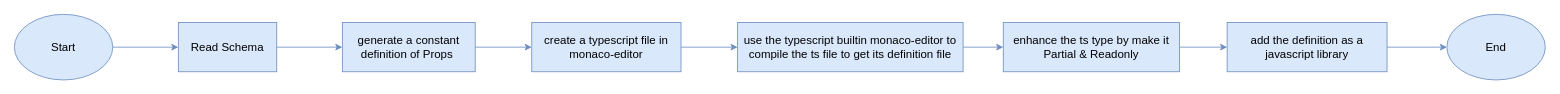
This is monaco-editor-code-intellisense.drawio from Zsynuting/diagram, a draw.io file, before an edit. Source tidied: cells renumbered, new cells numbered last; positions are measured from the earlier drawing's top-left corner, leaving out a move shared by most shapes. Both pictures are drawn from the tidied source at 82%, with x=0, y=0 at pixel (14, 14).
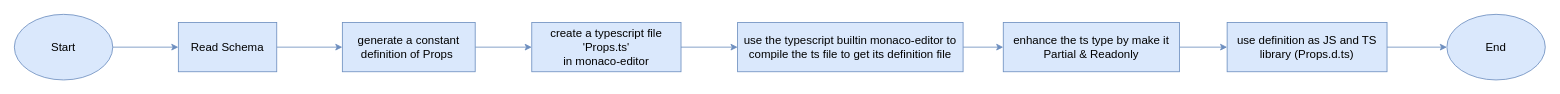
The same page after the edit.

Change to the diagram source:
```diff
@@
 <mxGraphModel>
   <root>
     <mxCell id="0" />
     <mxCell id="1" parent="0" />
     <mxCell id="2" style="edgeStyle=orthogonalEdgeStyle;rounded=0;jettySize=auto;html=1;fontSize=14;fillColor=#dae8fc;strokeColor=#6c8ebf;" parent="1" edge="1" source="3" target="5">
       <mxGeometry relative="1" as="geometry" />
     </mxCell>
     <mxCell id="3" value="Start" style="ellipse;whiteSpace=wrap;html=1;fontSize=14;fillColor=#dae8fc;strokeColor=#6c8ebf;" parent="1" vertex="1">
       <mxGeometry width="120" height="80" as="geometry" />
     </mxCell>
     <mxCell id="4" style="edgeStyle=orthogonalEdgeStyle;rounded=0;jettySize=auto;html=1;fontSize=14;fillColor=#dae8fc;strokeColor=#6c8ebf;" parent="1" edge="1" source="5" target="7">
       <mxGeometry relative="1" as="geometry" />
     </mxCell>
     <mxCell id="5" value="Read Schema" style="whiteSpace=wrap;html=1;fontSize=14;fillColor=#dae8fc;strokeColor=#6c8ebf;" parent="1" vertex="1">
       <mxGeometry x="200" y="10" width="120" height="60" as="geometry" />
     </mxCell>
     <mxCell id="6" style="edgeStyle=orthogonalEdgeStyle;rounded=0;jettySize=auto;html=1;fontSize=14;fillColor=#dae8fc;strokeColor=#6c8ebf;" parent="1" edge="1" source="7" target="11">
       <mxGeometry relative="1" as="geometry" />
     </mxCell>
     <mxCell id="7" value="generate a constant definition of Props&amp;nbsp;" style="whiteSpace=wrap;html=1;fontSize=14;fillColor=#dae8fc;strokeColor=#6c8ebf;" parent="1" vertex="1">
       <mxGeometry x="400" y="10" width="162" height="60" as="geometry" />
     </mxCell>
     <mxCell id="8" style="edgeStyle=orthogonalEdgeStyle;rounded=0;jettySize=auto;html=1;fontSize=14;fillColor=#dae8fc;strokeColor=#6c8ebf;" parent="1" edge="1" source="9" target="13">
       <mxGeometry relative="1" as="geometry" />
     </mxCell>
     <mxCell id="9" value="use the typescript builtin monaco-editor to compile the ts file to get its definition file" style="whiteSpace=wrap;html=1;fontSize=14;fillColor=#dae8fc;strokeColor=#6c8ebf;" parent="1" vertex="1">
       <mxGeometry x="882" y="10" width="275" height="60" as="geometry" />
     </mxCell>
     <mxCell id="10" style="edgeStyle=orthogonalEdgeStyle;rounded=0;jettySize=auto;html=1;fontSize=14;fillColor=#dae8fc;strokeColor=#6c8ebf;" parent="1" edge="1" source="11" target="9">
       <mxGeometry relative="1" as="geometry" />
     </mxCell>
-    <mxCell id="11" value="create a typescript file in monaco-editor" style="whiteSpace=wrap;html=1;fontSize=14;fillColor=#dae8fc;strokeColor=#6c8ebf;" parent="1" vertex="1">
+    <mxCell id="11" value="create a typescript file&lt;br&gt;'Props.ts'&lt;br&gt;in monaco-editor" style="whiteSpace=wrap;html=1;fontSize=14;fillColor=#dae8fc;strokeColor=#6c8ebf;" parent="1" vertex="1">
       <mxGeometry x="631" y="10" width="182" height="60" as="geometry" />
     </mxCell>
     <mxCell id="12" style="edgeStyle=orthogonalEdgeStyle;rounded=0;jettySize=auto;html=1;fontSize=14;fillColor=#dae8fc;strokeColor=#6c8ebf;" parent="1" edge="1" source="13" target="15">
       <mxGeometry relative="1" as="geometry" />
     </mxCell>
     <mxCell id="13" value="enhance the ts type by make it Partial &amp;amp; Readonly" style="whiteSpace=wrap;html=1;fontSize=14;fillColor=#dae8fc;strokeColor=#6c8ebf;" parent="1" vertex="1">
       <mxGeometry x="1206" y="10" width="215" height="60" as="geometry" />
     </mxCell>
     <mxCell id="14" style="edgeStyle=orthogonalEdgeStyle;rounded=0;jettySize=auto;html=1;fontSize=14;fillColor=#dae8fc;strokeColor=#6c8ebf;" parent="1" edge="1" source="15" target="16">
       <mxGeometry relative="1" as="geometry" />
     </mxCell>
-    <mxCell id="15" value="add the definition as a javascript library" style="whiteSpace=wrap;html=1;fontSize=14;fillColor=#dae8fc;strokeColor=#6c8ebf;" parent="1" vertex="1">
+    <mxCell id="15" value="use definition as JS and TS library (Props.d.ts)" style="whiteSpace=wrap;html=1;fontSize=14;fillColor=#dae8fc;strokeColor=#6c8ebf;" parent="1" vertex="1">
       <mxGeometry x="1479" y="10" width="195" height="60" as="geometry" />
     </mxCell>
     <mxCell id="16" value="End" style="ellipse;whiteSpace=wrap;html=1;fontSize=14;fillColor=#dae8fc;strokeColor=#6c8ebf;" parent="1" vertex="1">
       <mxGeometry x="1747" width="120" height="80" as="geometry" />
     </mxCell>
   </root>
 </mxGraphModel>
```
